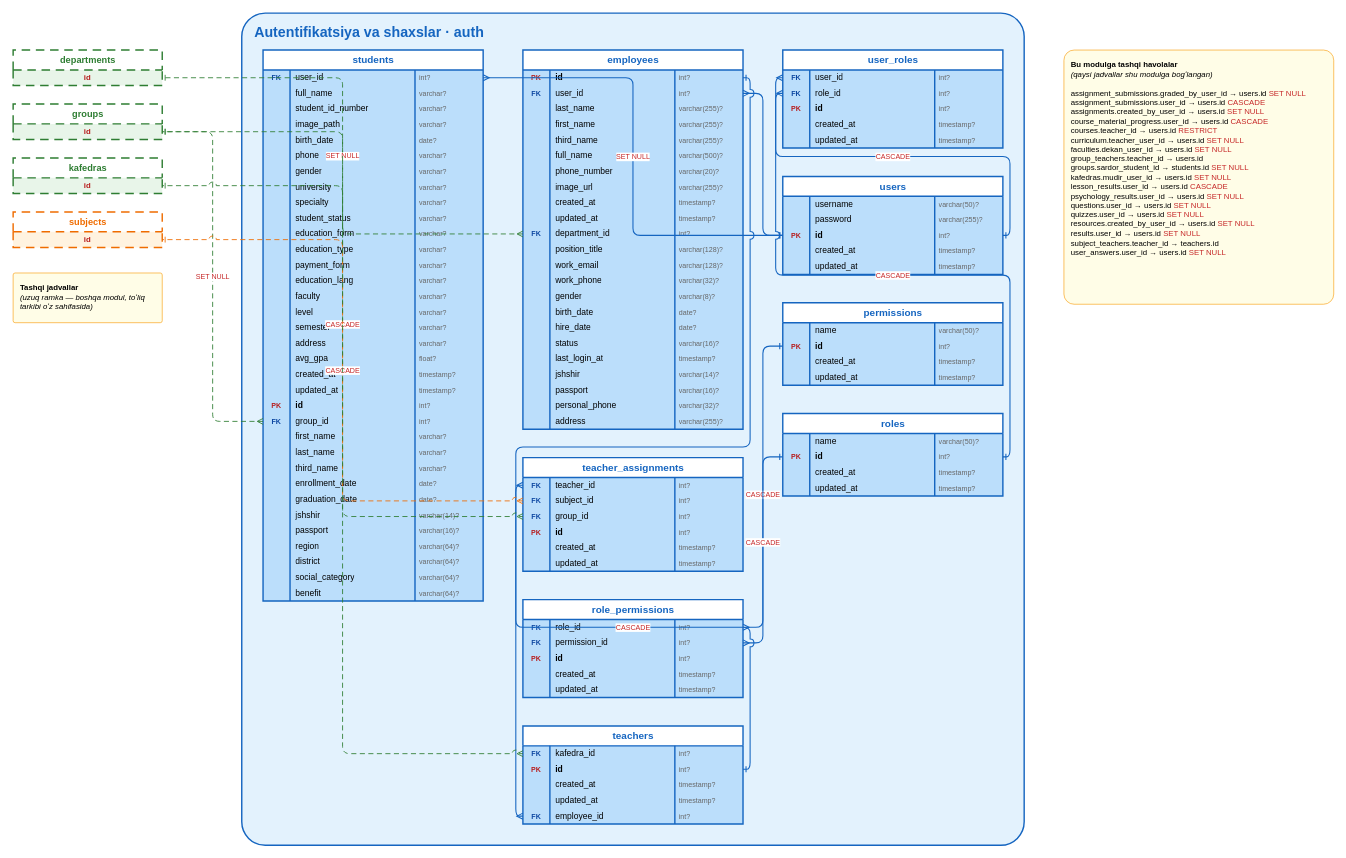
NDKTU/ndktu-student-face-platform keeps this draw.io diagram as page "Autentifikatsiya va shaxslar" (2 of 7) of docs/erd/ndktu-schema.drawio. Above is the earlier version. Source tidied: cells renumbered, new cells numbered last; positions are measured from the earlier drawing's top-left corner, leaving out a move shared by most shapes. Both pictures are drawn from the tidied source at 71%, with x=0, y=0 at pixel (13, 13).
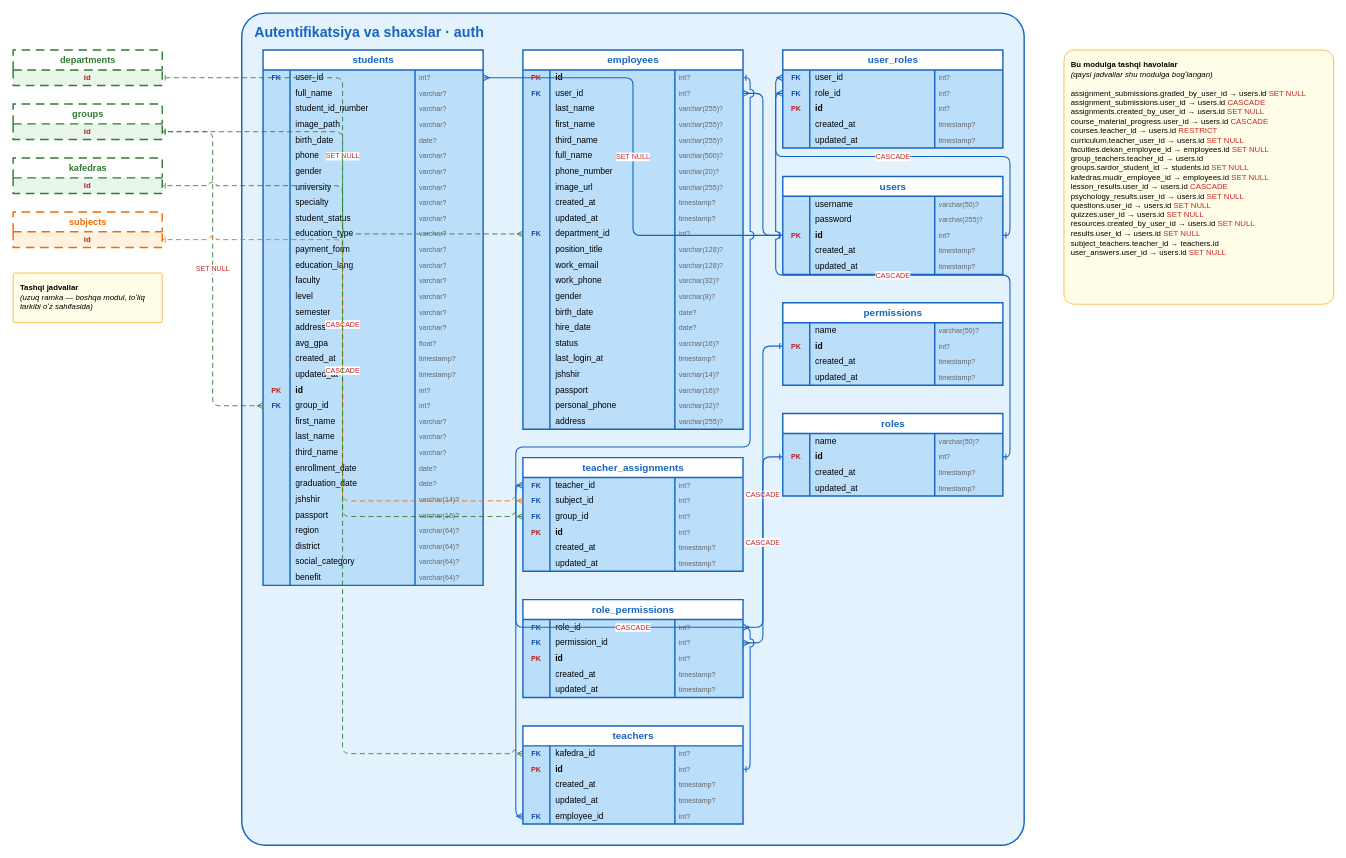
The same page after the edit.

Change to the diagram source:
```diff
@@
     <mxCell id="163" value="students" style="shape=table;startSize=28;childLayout=tableLayout;rowLines=0;fontStyle=1;align=center;html=1;fillColor=#FFFFFF;strokeColor=#1565C0;strokeWidth=2;fontSize=14;fontColor=#1565C0;swimlaneFillColor=#BBDEFB;" parent="1" vertex="1">
-      <mxGeometry x="352" y="52" width="310" height="776" as="geometry" />
+      <mxGeometry x="352" y="52" width="310" height="754" as="geometry" />
     </mxCell>
@@
-    <mxCell id="204" style="shape=tableRow;horizontal=0;startSize=0;swimlaneHead=0;swimlaneBody=0;fillColor=none;top=0;left=0;right=0;bottom=0;" parent="163" vertex="1">
-      <mxGeometry y="248" width="310" height="22" as="geometry" />
-    </mxCell>
-    <mxCell id="205" style="shape=partialRectangle;html=1;fillColor=none;top=0;left=0;bottom=0;right=0;overflow=hidden;align=center;fontSize=10;fontStyle=1;fontColor=#000000;" parent="204" vertex="1">
-      <mxGeometry width="38" height="22" as="geometry" />
-    </mxCell>
-    <mxCell id="206" value="education_form" style="shape=partialRectangle;html=1;fillColor=none;top=0;left=0;bottom=0;right=0;overflow=hidden;align=left;spacingLeft=6;fontSize=12;" parent="204" vertex="1">
-      <mxGeometry x="38" width="176" height="22" as="geometry" />
-    </mxCell>
-    <mxCell id="207" value="varchar?" style="shape=partialRectangle;html=1;fillColor=none;top=0;left=0;bottom=0;right=0;overflow=hidden;align=left;spacingLeft=4;fontSize=10;fontColor=#666666;" parent="204" vertex="1">
-      <mxGeometry x="214" width="96" height="22" as="geometry" />
-    </mxCell>
     <mxCell id="208" style="shape=tableRow;horizontal=0;startSize=0;swimlaneHead=0;swimlaneBody=0;fillColor=none;top=0;left=0;right=0;bottom=0;" parent="163" vertex="1">
-      <mxGeometry y="270" width="310" height="22" as="geometry" />
+      <mxGeometry y="248" width="310" height="22" as="geometry" />
     </mxCell>
@@
     <mxCell id="212" style="shape=tableRow;horizontal=0;startSize=0;swimlaneHead=0;swimlaneBody=0;fillColor=none;top=0;left=0;right=0;bottom=0;" parent="163" vertex="1">
-      <mxGeometry y="292" width="310" height="22" as="geometry" />
+      <mxGeometry y="270" width="310" height="22" as="geometry" />
     </mxCell>
@@
     <mxCell id="216" style="shape=tableRow;horizontal=0;startSize=0;swimlaneHead=0;swimlaneBody=0;fillColor=none;top=0;left=0;right=0;bottom=0;" parent="163" vertex="1">
-      <mxGeometry y="314" width="310" height="22" as="geometry" />
+      <mxGeometry y="292" width="310" height="22" as="geometry" />
     </mxCell>
@@
     <mxCell id="220" style="shape=tableRow;horizontal=0;startSize=0;swimlaneHead=0;swimlaneBody=0;fillColor=none;top=0;left=0;right=0;bottom=0;" parent="163" vertex="1">
-      <mxGeometry y="336" width="310" height="22" as="geometry" />
+      <mxGeometry y="314" width="310" height="22" as="geometry" />
     </mxCell>
@@
     <mxCell id="224" style="shape=tableRow;horizontal=0;startSize=0;swimlaneHead=0;swimlaneBody=0;fillColor=none;top=0;left=0;right=0;bottom=0;" parent="163" vertex="1">
-      <mxGeometry y="358" width="310" height="22" as="geometry" />
+      <mxGeometry y="336" width="310" height="22" as="geometry" />
     </mxCell>
@@
     <mxCell id="228" style="shape=tableRow;horizontal=0;startSize=0;swimlaneHead=0;swimlaneBody=0;fillColor=none;top=0;left=0;right=0;bottom=0;" parent="163" vertex="1">
-      <mxGeometry y="380" width="310" height="22" as="geometry" />
+      <mxGeometry y="358" width="310" height="22" as="geometry" />
     </mxCell>
@@
     <mxCell id="232" style="shape=tableRow;horizontal=0;startSize=0;swimlaneHead=0;swimlaneBody=0;fillColor=none;top=0;left=0;right=0;bottom=0;" parent="163" vertex="1">
-      <mxGeometry y="402" width="310" height="22" as="geometry" />
+      <mxGeometry y="380" width="310" height="22" as="geometry" />
     </mxCell>
@@
     <mxCell id="236" style="shape=tableRow;horizontal=0;startSize=0;swimlaneHead=0;swimlaneBody=0;fillColor=none;top=0;left=0;right=0;bottom=0;" parent="163" vertex="1">
-      <mxGeometry y="424" width="310" height="22" as="geometry" />
+      <mxGeometry y="402" width="310" height="22" as="geometry" />
     </mxCell>
@@
     <mxCell id="240" style="shape=tableRow;horizontal=0;startSize=0;swimlaneHead=0;swimlaneBody=0;fillColor=none;top=0;left=0;right=0;bottom=0;" parent="163" vertex="1">
-      <mxGeometry y="446" width="310" height="22" as="geometry" />
+      <mxGeometry y="424" width="310" height="22" as="geometry" />
     </mxCell>
@@
     <mxCell id="244" style="shape=tableRow;horizontal=0;startSize=0;swimlaneHead=0;swimlaneBody=0;fillColor=none;top=0;left=0;right=0;bottom=0;" parent="163" vertex="1">
-      <mxGeometry y="468" width="310" height="22" as="geometry" />
+      <mxGeometry y="446" width="310" height="22" as="geometry" />
     </mxCell>
@@
     <mxCell id="248" style="shape=tableRow;horizontal=0;startSize=0;swimlaneHead=0;swimlaneBody=0;fillColor=none;top=0;left=0;right=0;bottom=0;" parent="163" vertex="1">
-      <mxGeometry y="490" width="310" height="22" as="geometry" />
+      <mxGeometry y="468" width="310" height="22" as="geometry" />
     </mxCell>
@@
     <mxCell id="252" style="shape=tableRow;horizontal=0;startSize=0;swimlaneHead=0;swimlaneBody=0;fillColor=none;points=[[0,0.5,0,0,0],[1,0.5,0,0,0]];portConstraint=eastwest;top=0;left=0;right=0;bottom=0;" parent="163" vertex="1">
-      <mxGeometry y="512" width="310" height="22" as="geometry" />
+      <mxGeometry y="490" width="310" height="22" as="geometry" />
     </mxCell>
@@
     <mxCell id="256" style="shape=tableRow;horizontal=0;startSize=0;swimlaneHead=0;swimlaneBody=0;fillColor=none;top=0;left=0;right=0;bottom=0;" parent="163" vertex="1">
-      <mxGeometry y="534" width="310" height="22" as="geometry" />
+      <mxGeometry y="512" width="310" height="22" as="geometry" />
     </mxCell>
@@
     <mxCell id="260" style="shape=tableRow;horizontal=0;startSize=0;swimlaneHead=0;swimlaneBody=0;fillColor=none;top=0;left=0;right=0;bottom=0;" parent="163" vertex="1">
-      <mxGeometry y="556" width="310" height="22" as="geometry" />
+      <mxGeometry y="534" width="310" height="22" as="geometry" />
     </mxCell>
@@
     <mxCell id="264" style="shape=tableRow;horizontal=0;startSize=0;swimlaneHead=0;swimlaneBody=0;fillColor=none;top=0;left=0;right=0;bottom=0;" parent="163" vertex="1">
-      <mxGeometry y="578" width="310" height="22" as="geometry" />
+      <mxGeometry y="556" width="310" height="22" as="geometry" />
     </mxCell>
@@
     <mxCell id="268" style="shape=tableRow;horizontal=0;startSize=0;swimlaneHead=0;swimlaneBody=0;fillColor=none;top=0;left=0;right=0;bottom=0;" parent="163" vertex="1">
-      <mxGeometry y="600" width="310" height="22" as="geometry" />
+      <mxGeometry y="578" width="310" height="22" as="geometry" />
     </mxCell>
@@
     <mxCell id="272" style="shape=tableRow;horizontal=0;startSize=0;swimlaneHead=0;swimlaneBody=0;fillColor=none;top=0;left=0;right=0;bottom=0;" parent="163" vertex="1">
-      <mxGeometry y="622" width="310" height="22" as="geometry" />
+      <mxGeometry y="600" width="310" height="22" as="geometry" />
     </mxCell>
@@
     <mxCell id="276" style="shape=tableRow;horizontal=0;startSize=0;swimlaneHead=0;swimlaneBody=0;fillColor=none;top=0;left=0;right=0;bottom=0;" parent="163" vertex="1">
-      <mxGeometry y="644" width="310" height="22" as="geometry" />
+      <mxGeometry y="622" width="310" height="22" as="geometry" />
     </mxCell>
@@
     <mxCell id="280" style="shape=tableRow;horizontal=0;startSize=0;swimlaneHead=0;swimlaneBody=0;fillColor=none;top=0;left=0;right=0;bottom=0;" parent="163" vertex="1">
-      <mxGeometry y="666" width="310" height="22" as="geometry" />
+      <mxGeometry y="644" width="310" height="22" as="geometry" />
     </mxCell>
@@
     <mxCell id="284" style="shape=tableRow;horizontal=0;startSize=0;swimlaneHead=0;swimlaneBody=0;fillColor=none;top=0;left=0;right=0;bottom=0;" parent="163" vertex="1">
-      <mxGeometry y="688" width="310" height="22" as="geometry" />
+      <mxGeometry y="666" width="310" height="22" as="geometry" />
     </mxCell>
@@
     <mxCell id="288" style="shape=tableRow;horizontal=0;startSize=0;swimlaneHead=0;swimlaneBody=0;fillColor=none;top=0;left=0;right=0;bottom=0;" parent="163" vertex="1">
-      <mxGeometry y="710" width="310" height="22" as="geometry" />
+      <mxGeometry y="688" width="310" height="22" as="geometry" />
     </mxCell>
@@
     <mxCell id="292" style="shape=tableRow;horizontal=0;startSize=0;swimlaneHead=0;swimlaneBody=0;fillColor=none;top=0;left=0;right=0;bottom=0;" parent="163" vertex="1">
-      <mxGeometry y="732" width="310" height="22" as="geometry" />
+      <mxGeometry y="710" width="310" height="22" as="geometry" />
     </mxCell>
@@
     <mxCell id="296" style="shape=tableRow;horizontal=0;startSize=0;swimlaneHead=0;swimlaneBody=0;fillColor=none;top=0;left=0;right=0;bottom=0;" parent="163" vertex="1">
-      <mxGeometry y="754" width="310" height="22" as="geometry" />
+      <mxGeometry y="732" width="310" height="22" as="geometry" />
     </mxCell>
@@
-    <mxCell id="401" value="&lt;b&gt;Bu modulga tashqi havolalar&lt;/b&gt;&lt;br&gt;&lt;i&gt;(qaysi jadvallar shu modulga bogʻlangan)&lt;/i&gt;&lt;br&gt;&lt;br&gt;assignment_submissions.graded_by_user_id &amp;#8594; users.id  &lt;font color='#C62828'&gt;SET NULL&lt;/font&gt;&lt;br&gt;assignment_submissions.user_id &amp;#8594; users.id  &lt;font color='#C62828'&gt;CASCADE&lt;/font&gt;&lt;br&gt;assignments.created_by_user_id &amp;#8594; users.id  &lt;font color='#C62828'&gt;SET NULL&lt;/font&gt;&lt;br&gt;course_material_progress.user_id &amp;#8594; users.id  &lt;font color='#C62828'&gt;CASCADE&lt;/font&gt;&lt;br&gt;courses.teacher_id &amp;#8594; users.id  &lt;font color='#C62828'&gt;RESTRICT&lt;/font&gt;&lt;br&gt;curriculum.teacher_user_id &amp;#8594; users.id  &lt;font color='#C62828'&gt;SET NULL&lt;/font&gt;&lt;br&gt;faculties.dekan_user_id &amp;#8594; users.id  &lt;font color='#C62828'&gt;SET NULL&lt;/font&gt;&lt;br&gt;group_teachers.teacher_id &amp;#8594; users.id&lt;br&gt;groups.sardor_student_id &amp;#8594; students.id  &lt;font color='#C62828'&gt;SET NULL&lt;/font&gt;&lt;br&gt;kafedras.mudir_user_id &amp;#8594; users.id  &lt;font color='#C62828'&gt;SET NULL&lt;/font&gt;&lt;br&gt;lesson_results.user_id &amp;#8594; users.id  &lt;font color='#C62828'&gt;CASCADE&lt;/font&gt;&lt;br&gt;psychology_results.user_id &amp;#8594; users.id  &lt;font color='#C62828'&gt;SET NULL&lt;/font&gt;&lt;br&gt;questions.user_id &amp;#8594; users.id  &lt;font color='#C62828'&gt;SET NULL&lt;/font&gt;&lt;br&gt;quizzes.user_id &amp;#8594; users.id  &lt;font color='#C62828'&gt;SET NULL&lt;/font&gt;&lt;br&gt;resources.created_by_user_id &amp;#8594; users.id  &lt;font color='#C62828'&gt;SET NULL&lt;/font&gt;&lt;br&gt;results.user_id &amp;#8594; users.id  &lt;font color='#C62828'&gt;SET NULL&lt;/font&gt;&lt;br&gt;subject_teachers.teacher_id &amp;#8594; teachers.id&lt;br&gt;user_answers.user_id &amp;#8594; users.id  &lt;font color='#C62828'&gt;SET NULL&lt;/font&gt;" style="rounded=1;arcSize=4;html=1;whiteSpace=wrap;fillColor=#FFFDE7;strokeColor=#F9A825;align=left;verticalAlign=top;spacing=10;fontSize=11;" parent="1" vertex="1">
+    <mxCell id="401" value="&lt;b&gt;Bu modulga tashqi havolalar&lt;/b&gt;&lt;br&gt;&lt;i&gt;(qaysi jadvallar shu modulga bogʻlangan)&lt;/i&gt;&lt;br&gt;&lt;br&gt;assignment_submissions.graded_by_user_id &amp;#8594; users.id  &lt;font color='#C62828'&gt;SET NULL&lt;/font&gt;&lt;br&gt;assignment_submissions.user_id &amp;#8594; users.id  &lt;font color='#C62828'&gt;CASCADE&lt;/font&gt;&lt;br&gt;assignments.created_by_user_id &amp;#8594; users.id  &lt;font color='#C62828'&gt;SET NULL&lt;/font&gt;&lt;br&gt;course_material_progress.user_id &amp;#8594; users.id  &lt;font color='#C62828'&gt;CASCADE&lt;/font&gt;&lt;br&gt;courses.teacher_id &amp;#8594; users.id  &lt;font color='#C62828'&gt;RESTRICT&lt;/font&gt;&lt;br&gt;curriculum.teacher_user_id &amp;#8594; users.id  &lt;font color='#C62828'&gt;SET NULL&lt;/font&gt;&lt;br&gt;faculties.dekan_employee_id &amp;#8594; employees.id  &lt;font color='#C62828'&gt;SET NULL&lt;/font&gt;&lt;br&gt;group_teachers.teacher_id &amp;#8594; users.id&lt;br&gt;groups.sardor_student_id &amp;#8594; students.id  &lt;font color='#C62828'&gt;SET NULL&lt;/font&gt;&lt;br&gt;kafedras.mudir_employee_id &amp;#8594; employees.id  &lt;font color='#C62828'&gt;SET NULL&lt;/font&gt;&lt;br&gt;lesson_results.user_id &amp;#8594; users.id  &lt;font color='#C62828'&gt;CASCADE&lt;/font&gt;&lt;br&gt;psychology_results.user_id &amp;#8594; users.id  &lt;font color='#C62828'&gt;SET NULL&lt;/font&gt;&lt;br&gt;questions.user_id &amp;#8594; users.id  &lt;font color='#C62828'&gt;SET NULL&lt;/font&gt;&lt;br&gt;quizzes.user_id &amp;#8594; users.id  &lt;font color='#C62828'&gt;SET NULL&lt;/font&gt;&lt;br&gt;resources.created_by_user_id &amp;#8594; users.id  &lt;font color='#C62828'&gt;SET NULL&lt;/font&gt;&lt;br&gt;results.user_id &amp;#8594; users.id  &lt;font color='#C62828'&gt;SET NULL&lt;/font&gt;&lt;br&gt;subject_teachers.teacher_id &amp;#8594; teachers.id&lt;br&gt;user_answers.user_id &amp;#8594; users.id  &lt;font color='#C62828'&gt;SET NULL&lt;/font&gt;" style="rounded=1;arcSize=4;html=1;whiteSpace=wrap;fillColor=#FFFDE7;strokeColor=#F9A825;align=left;verticalAlign=top;spacing=10;fontSize=11;" parent="1" vertex="1">
       <mxGeometry x="1480" y="52" width="380" height="358" as="geometry" />
     </mxCell>
```
